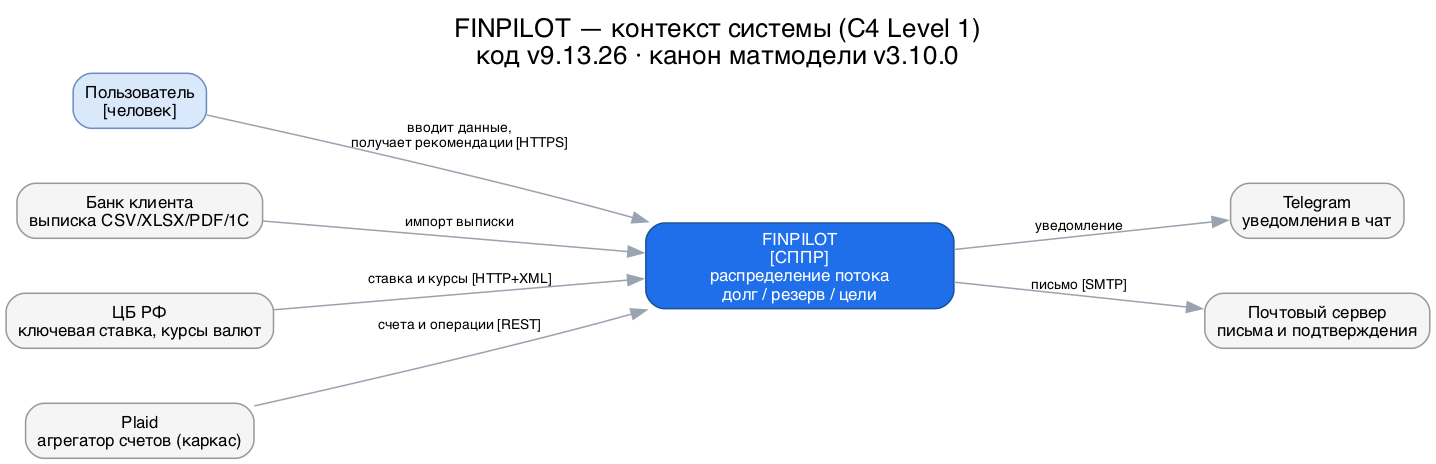
This is docs/diagrams/04_c4_context.drawio.png from vevdokimovm/personal-finance-dss, a Graphviz export, as it was before one commit. Its source is kept beside it as docs/diagrams/src/04_c4_context.dot.
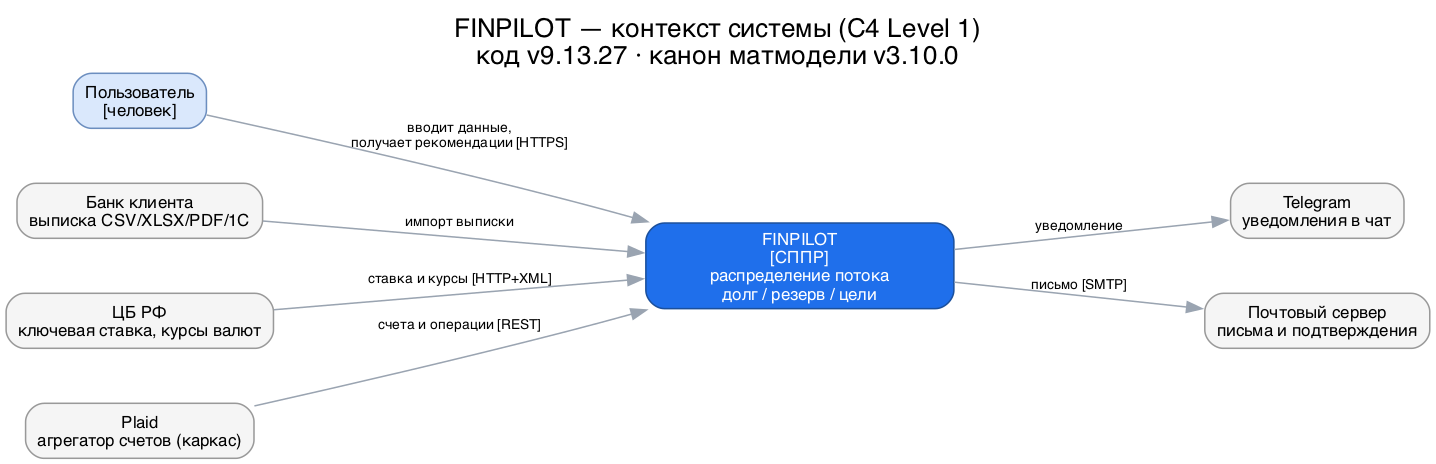
After the commit.

What changed in the source:
```diff
@@ -1,6 +1,6 @@
 digraph context {
   graph [rankdir=LR, fontname="Helvetica", labelloc=t, fontsize=17,
-         label="FINPILOT — контекст системы (C4 Level 1)\nкод v9.13.26 · канон матмодели v3.10.0",
+         label="FINPILOT — контекст системы (C4 Level 1)\nкод v9.13.27 · канон матмодели v3.10.0",
          nodesep=0.5, ranksep=1.4];
   node [fontname="Helvetica", fontsize=11, style="rounded,filled"];
   edge [color="#9aa4b1", fontname="Helvetica", fontsize=9];
```
